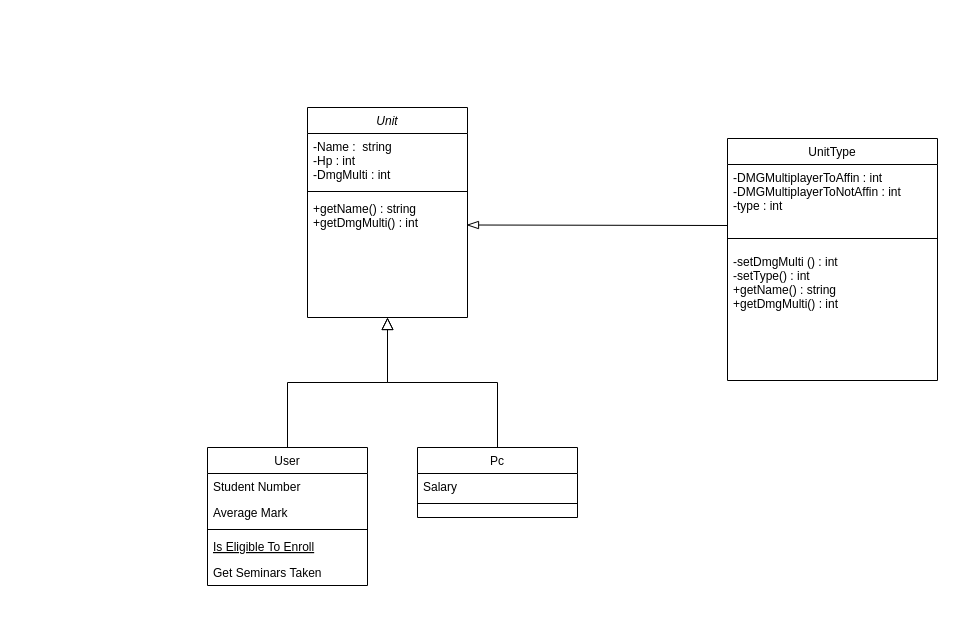
281273/TBG keeps this draw.io diagram as docs/DiagramTBG.drawio. Above is the earlier version. Source tidied: cells renumbered, new cells numbered last; positions are measured from the earlier drawing's top-left corner, leaving out a move shared by most shapes. Both pictures are drawn from the tidied source at 100%, with x=0, y=0 at pixel (207, 107).
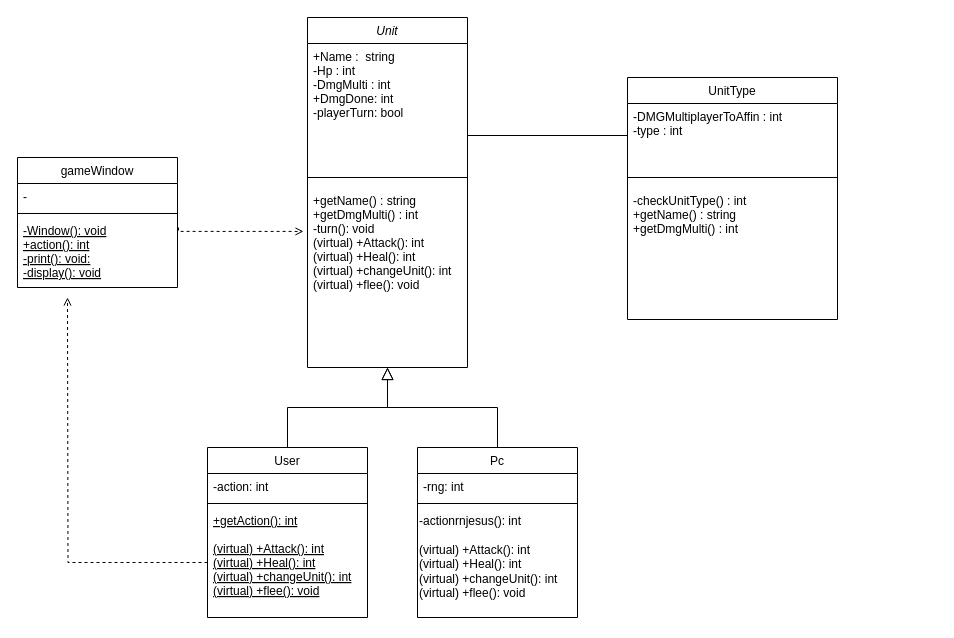
After the change.

What changed in the source:
```diff
@@
     <mxCell id="2" value="Unit" style="swimlane;fontStyle=2;align=center;verticalAlign=top;horizontal=1;startSize=26;rounded=0;shadow=0;strokeWidth=1;" parent="1" vertex="1">
-      <mxGeometry x="100" width="160" height="210" as="geometry" />
+      <mxGeometry x="100" y="-90" width="160" height="350" as="geometry" />
     </mxCell>
-    <mxCell id="3" value="-Name :  string&#10;-Hp : int&#10;-DmgMulti : int" style="text;align=left;verticalAlign=top;spacingLeft=4;spacingRight=4;overflow=hidden;points=[[0,0.5],[1,0.5]];portConstraint=eastwest;" parent="2" vertex="1">
-      <mxGeometry y="26" width="160" height="54" as="geometry" />
+    <mxCell id="3" value="+Name :  string&#10;-Hp : int&#10;-DmgMulti : int&#10;+DmgDone: int&#10;-playerTurn: bool" style="text;align=left;verticalAlign=top;spacingLeft=4;spacingRight=4;overflow=hidden;points=[[0,0.5],[1,0.5]];portConstraint=eastwest;" parent="2" vertex="1">
+      <mxGeometry y="26" width="160" height="124" as="geometry" />
     </mxCell>
     <mxCell id="4" style="line;html=1;strokeWidth=1;align=left;verticalAlign=middle;spacingTop=-1;spacingLeft=3;spacingRight=3;labelPosition=right;" parent="2" vertex="1">
-      <mxGeometry y="80" width="160" height="8" as="geometry" />
+      <mxGeometry y="150" width="160" height="20" as="geometry" />
     </mxCell>
-    <mxCell id="5" value="+getName() : string&#10;+getDmgMulti() : int&#10;" style="text;align=left;verticalAlign=top;spacingLeft=4;spacingRight=4;overflow=hidden;points=[[0,0.5],[1,0.5]];portConstraint=eastwest;" parent="2" vertex="1">
-      <mxGeometry y="88" width="160" height="114" as="geometry" />
+    <mxCell id="5" value="+getName() : string&#10;+getDmgMulti() : int&#10;-turn(): void&#10;(virtual) +Attack(): int&#10;(virtual) +Heal(): int&#10;(virtual) +changeUnit(): int&#10;(virtual) +flee(): void" style="text;align=left;verticalAlign=top;spacingLeft=4;spacingRight=4;overflow=hidden;points=[[0,0.5],[1,0.5]];portConstraint=eastwest;" parent="2" vertex="1">
+      <mxGeometry y="170" width="160" height="180" as="geometry" />
     </mxCell>
     <mxCell id="6" value="User" style="swimlane;fontStyle=0;align=center;verticalAlign=top;horizontal=1;startSize=26;rounded=0;shadow=0;strokeWidth=1;" parent="1" vertex="1">
-      <mxGeometry y="340" width="160" height="138" as="geometry" />
+      <mxGeometry y="340" width="160" height="170" as="geometry" />
     </mxCell>
-    <mxCell id="7" value="Student Number" style="text;align=left;verticalAlign=top;spacingLeft=4;spacingRight=4;overflow=hidden;" parent="6" vertex="1">
+    <mxCell id="7" value="-action: int" style="text;align=left;verticalAlign=top;spacingLeft=4;spacingRight=4;overflow=hidden;" parent="6" vertex="1">
       <mxGeometry y="26" width="160" height="26" as="geometry" />
     </mxCell>
-    <mxCell id="8" value="Average Mark" style="text;align=left;verticalAlign=top;spacingLeft=4;spacingRight=4;overflow=hidden;rounded=0;shadow=0;html=0;" parent="6" vertex="1">
-      <mxGeometry y="52" width="160" height="26" as="geometry" />
-    </mxCell>
     <mxCell id="9" style="line;html=1;strokeWidth=1;align=left;verticalAlign=middle;spacingTop=-1;spacingLeft=3;spacingRight=3;labelPosition=right;" parent="6" vertex="1">
-      <mxGeometry y="78" width="160" height="8" as="geometry" />
+      <mxGeometry y="52" width="160" height="8" as="geometry" />
     </mxCell>
+    <mxCell id="22" style="edgeStyle=orthogonalEdgeStyle;rounded=0;jettySize=auto;html=1;endArrow=open;endFill=0;dashed=1;" parent="6" edge="1" source="10">
+      <mxGeometry relative="1" as="geometry">
+        <mxPoint x="-140" y="-150" as="targetPoint" />
+      </mxGeometry>
+    </mxCell>
-    <mxCell id="10" value="Is Eligible To Enroll" style="text;align=left;verticalAlign=top;spacingLeft=4;spacingRight=4;overflow=hidden;points=[[0,0.5],[1,0.5]];portConstraint=eastwest;fontStyle=4;" parent="6" vertex="1">
-      <mxGeometry y="86" width="160" height="26" as="geometry" />
+    <mxCell id="10" value="+getAction(): int&#10;&#10;(virtual) +Attack(): int&#10;(virtual) +Heal(): int&#10;(virtual) +changeUnit(): int&#10;(virtual) +flee(): void&#10;" style="text;align=left;verticalAlign=top;spacingLeft=4;spacingRight=4;overflow=hidden;points=[[0,0.5],[1,0.5]];portConstraint=eastwest;fontStyle=4;" parent="6" vertex="1">
+      <mxGeometry y="60" width="160" height="110" as="geometry" />
     </mxCell>
-    <mxCell id="11" value="Get Seminars Taken" style="text;align=left;verticalAlign=top;spacingLeft=4;spacingRight=4;overflow=hidden;" parent="6" vertex="1">
-      <mxGeometry y="112" width="160" height="26" as="geometry" />
-    </mxCell>
@@
     <mxCell id="13" value="Pc" style="swimlane;fontStyle=0;align=center;verticalAlign=top;horizontal=1;startSize=26;rounded=0;shadow=0;strokeWidth=1;" parent="1" vertex="1">
-      <mxGeometry x="210" y="340" width="160" height="70" as="geometry" />
+      <mxGeometry x="210" y="340" width="160" height="170" as="geometry" />
     </mxCell>
-    <mxCell id="14" value="Salary" style="text;align=left;verticalAlign=top;spacingLeft=4;spacingRight=4;overflow=hidden;" parent="13" vertex="1">
+    <mxCell id="14" value="-rng: int" style="text;align=left;verticalAlign=top;spacingLeft=4;spacingRight=4;overflow=hidden;" parent="13" vertex="1">
       <mxGeometry y="26" width="160" height="26" as="geometry" />
     </mxCell>
@@
+    <mxCell id="23" value="&lt;span style=&quot;color: rgb(0, 0, 0); font-family: Helvetica; font-size: 12px; font-style: normal; font-variant-ligatures: normal; font-variant-caps: normal; font-weight: 400; letter-spacing: normal; orphans: 2; text-align: left; text-indent: 0px; text-transform: none; widows: 2; word-spacing: 0px; -webkit-text-stroke-width: 0px; white-space: nowrap; background-color: rgb(251, 251, 251); text-decoration-thickness: initial; text-decoration-style: initial; text-decoration-color: initial; display: inline !important; float: none;&quot;&gt;-actionrnjesus(): int&lt;/span&gt;&lt;div&gt;&lt;br&gt;&lt;/div&gt;&lt;div&gt;&lt;span style=&quot;text-wrap: nowrap;&quot;&gt;(virtual) +Attack(): int&lt;/span&gt;&lt;br style=&quot;padding: 0px; margin: 0px; text-wrap: nowrap;&quot;&gt;&lt;span style=&quot;text-wrap: nowrap;&quot;&gt;(virtual) +Heal(): int&lt;/span&gt;&lt;br style=&quot;padding: 0px; margin: 0px; text-wrap: nowrap;&quot;&gt;&lt;span style=&quot;text-wrap: nowrap;&quot;&gt;(virtual) +changeUnit(): int&lt;/span&gt;&lt;br style=&quot;padding: 0px; margin: 0px; text-wrap: nowrap;&quot;&gt;&lt;span style=&quot;text-wrap: nowrap;&quot;&gt;(virtual) +flee(): void&lt;/span&gt;&lt;br&gt;&lt;/div&gt;" style="text;whiteSpace=wrap;html=1;" parent="13" vertex="1">
+      <mxGeometry y="60" width="160" height="110" as="geometry" />
+    </mxCell>
@@
-    <mxCell id="17" style="endArrow=blockThin;html=1;rounded=0;startArrow=none;startFill=0;endFill=0;strokeWidth=1;endSize=10;jumpStyle=none;" parent="1" edge="1">
-      <mxGeometry relative="1" as="geometry">
-        <mxPoint x="520" y="118" as="sourcePoint" />
-        <mxPoint x="259" y="117.5" as="targetPoint" />
-      </mxGeometry>
+    <mxCell id="17" style="endArrow=none;html=1;rounded=0;startArrow=none;startFill=0;endFill=0;strokeWidth=1;endSize=10;jumpStyle=none;exitX=0;exitY=0.5;exitDx=0;exitDy=0;entryX=1;entryY=0.742;entryDx=0;entryDy=0;entryPerimeter=0;" parent="1" edge="1" source="19" target="3">
+      <mxGeometry relative="1" as="geometry" />
     </mxCell>
     <mxCell id="18" value="UnitType" style="swimlane;fontStyle=0;align=center;verticalAlign=top;horizontal=1;startSize=26;rounded=0;shadow=0;strokeWidth=1;" parent="1" vertex="1">
-      <mxGeometry x="520" y="31" width="210" height="242" as="geometry" />
+      <mxGeometry x="420" y="-30" width="210" height="242" as="geometry" />
     </mxCell>
-    <mxCell id="19" value="-DMGMultiplayerToAffin : int&#10;-DMGMultiplayerToNotAffin : int&#10;-type : int" style="text;align=left;verticalAlign=top;spacingLeft=4;spacingRight=4;overflow=hidden;points=[[0,0.5],[1,0.5]];portConstraint=eastwest;" parent="18" vertex="1">
+    <mxCell id="19" value="-DMGMultiplayerToAffin : int&#10;-type : int" style="text;align=left;verticalAlign=top;spacingLeft=4;spacingRight=4;overflow=hidden;points=[[0,0.5],[1,0.5]];portConstraint=eastwest;" parent="18" vertex="1">
       <mxGeometry y="26" width="210" height="64" as="geometry" />
     </mxCell>
@@
-    <mxCell id="21" value="-setDmgMulti () : int&#10;-setType() : int&#10;+getName() : string&#10;+getDmgMulti() : int&#10;" style="text;align=left;verticalAlign=top;spacingLeft=4;spacingRight=4;overflow=hidden;" parent="18" vertex="1">
+    <mxCell id="21" value="-checkUnitType() : int&#10;+getName() : string&#10;+getDmgMulti() : int&#10;" style="text;align=left;verticalAlign=top;spacingLeft=4;spacingRight=4;overflow=hidden;" parent="18" vertex="1">
       <mxGeometry y="110" width="210" height="64" as="geometry" />
     </mxCell>
+    <mxCell id="24" value="gameWindow" style="swimlane;fontStyle=0;align=center;verticalAlign=top;horizontal=1;startSize=26;rounded=0;shadow=0;strokeWidth=1;" parent="1" vertex="1">
+      <mxGeometry x="-190" y="50" width="160" height="130" as="geometry" />
+    </mxCell>
+    <mxCell id="25" value="- " style="text;align=left;verticalAlign=top;spacingLeft=4;spacingRight=4;overflow=hidden;" parent="24" vertex="1">
+      <mxGeometry y="26" width="160" height="26" as="geometry" />
+    </mxCell>
+    <mxCell id="26" style="line;html=1;strokeWidth=1;align=left;verticalAlign=middle;spacingTop=-1;spacingLeft=3;spacingRight=3;labelPosition=right;" parent="24" vertex="1">
+      <mxGeometry y="52" width="160" height="8" as="geometry" />
+    </mxCell>
+    <mxCell id="27" value="-Window(): void&#10;+action(): int&#10;-print(): void:&#10;-display(): void" style="text;align=left;verticalAlign=top;spacingLeft=4;spacingRight=4;overflow=hidden;points=[[0,0.5],[1,0.5]];portConstraint=eastwest;fontStyle=4;" parent="24" vertex="1">
+      <mxGeometry y="60" width="160" height="70" as="geometry" />
+    </mxCell>
+    <mxCell id="28" style="edgeStyle=orthogonalEdgeStyle;rounded=0;jettySize=auto;html=1;entryX=-0.025;entryY=0.244;entryDx=0;entryDy=0;entryPerimeter=0;dashed=1;endArrow=open;endFill=0;exitX=1.006;exitY=0.143;exitDx=0;exitDy=0;exitPerimeter=0;" parent="1" edge="1" source="27" target="5">
+      <mxGeometry relative="1" as="geometry">
+        <Array as="points">
+          <mxPoint x="-29" y="124" />
+        </Array>
+      </mxGeometry>
+    </mxCell>
```
